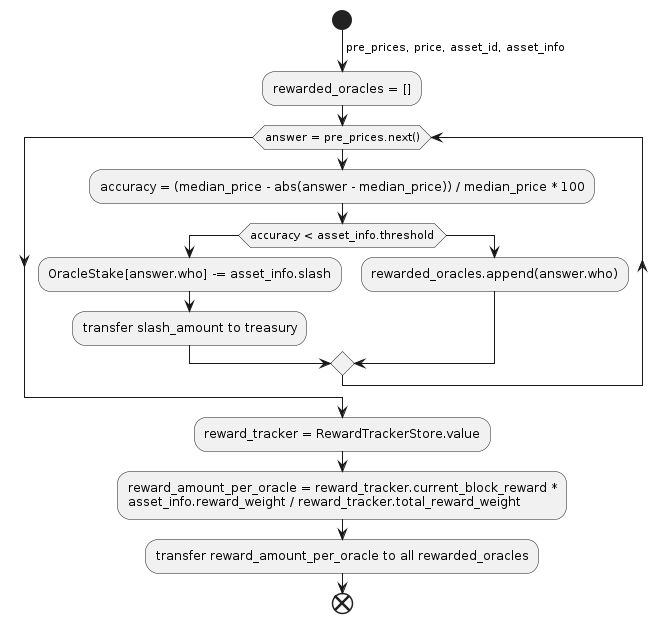
The PlantUML diagram frame/oracle/design/images/images/update-price-2-handle-payout.png in ComposableFi/composable, before a commit.
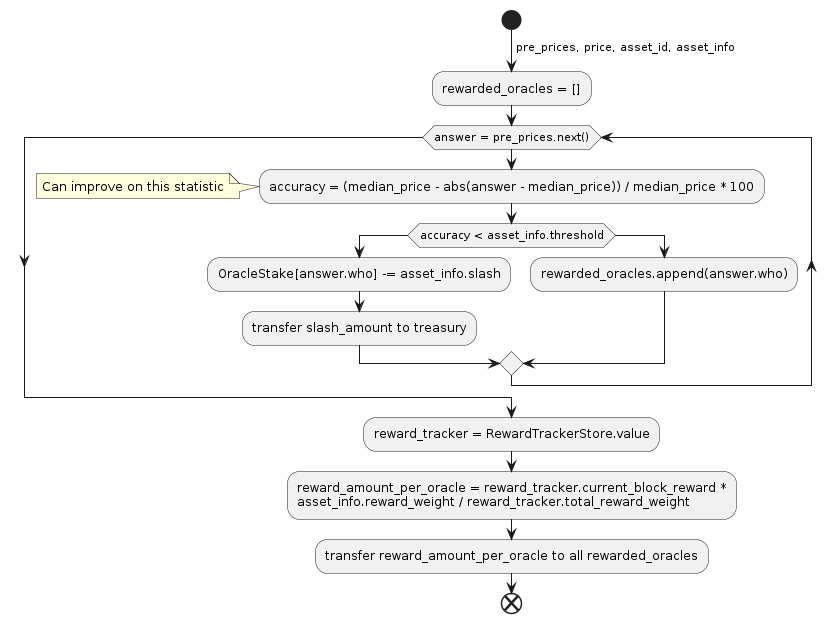
The same file after the commit.

Change to the diagram source:
```diff
@@ -4,6 +4,7 @@
 :rewarded_oracles = [];
 while(answer = pre_prices.next())
     :accuracy = (median_price - abs(answer - median_price)) / median_price * 100;
+    note left: Can improve on this statistic
     if (accuracy < asset_info.threshold) then
         :OracleStake[answer.who] -= asset_info.slash;
         :transfer slash_amount to treasury;
```
